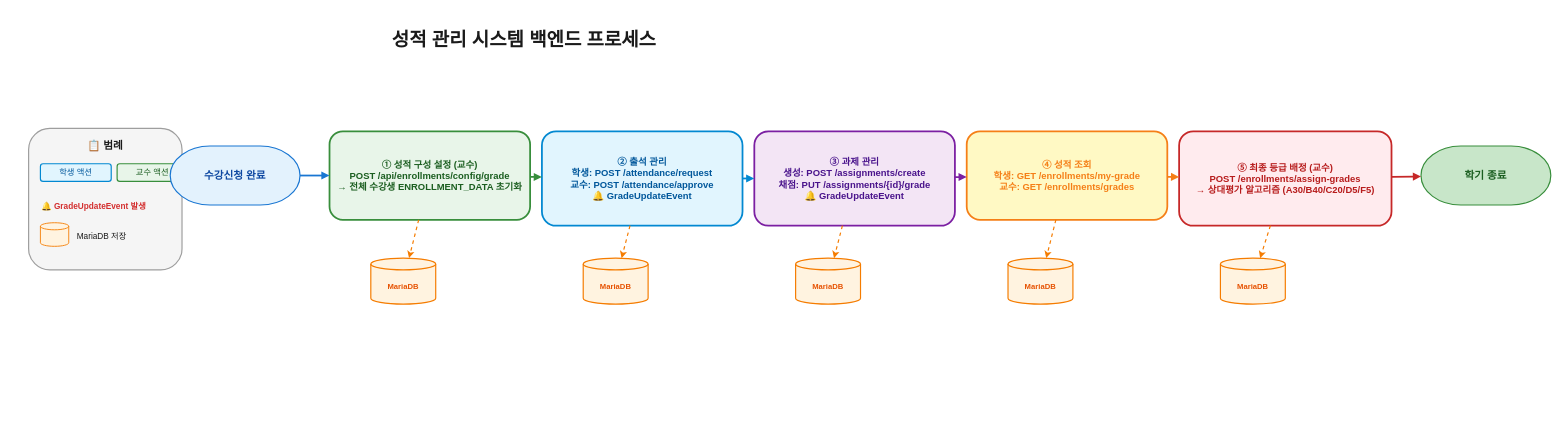
hooting76/blue-crab-lms keeps this draw.io diagram as backend/BlueCrab/docs/강의관련문서-신판/PPT용 다이어그램/성적 관리 시스템/다이어그램/01_전체_시스템_플로우.drawio. Above is the earlier version. Source tidied: cells renumbered, new cells numbered last; positions are measured from the earlier drawing's top-left corner, leaving out a move shared by most shapes. Both pictures are drawn from the tidied source at 59%, with x=0, y=0 at pixel (28, 22).
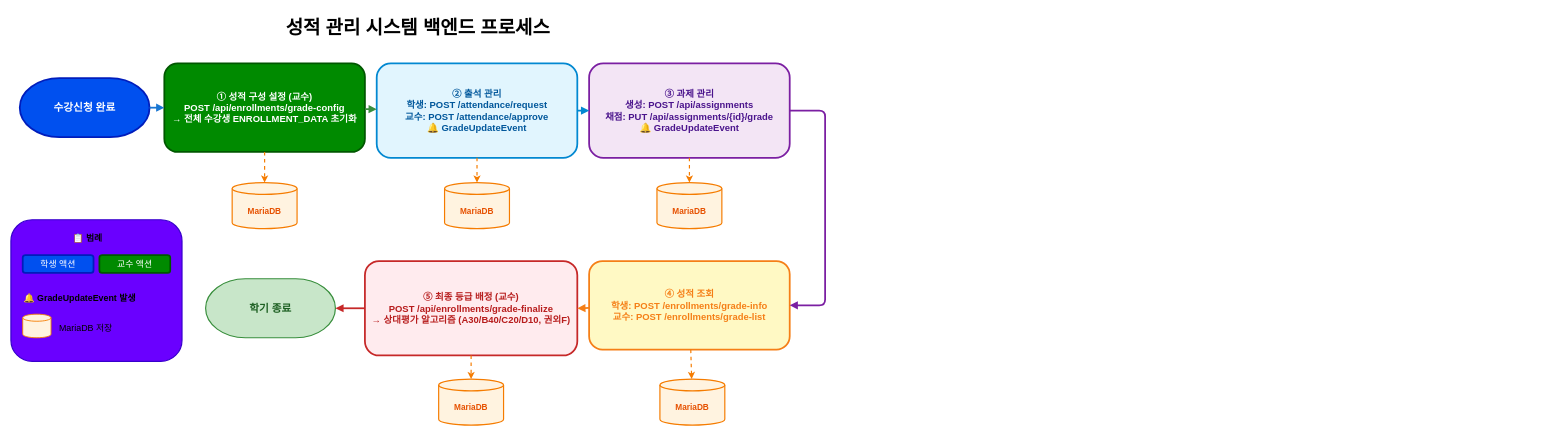
The same diagram, later.

Commit message (it also covers changes not shown here):
다이어그램 수정중

Diff of the diagram source:
```diff
@@
-<mxGraphModel background="#FFFFFF">
+<mxGraphModel background="light-dark(#FFFFFF,#FFFFFF)">
@@
-    <mxCell id="2" value="성적 관리 시스템 백엔드 프로세스" style="text;html=1;strokeColor=none;fillColor=none;align=center;verticalAlign=middle;whiteSpace=wrap;rounded=0;fontSize=32;fontStyle=1;fontColor=#1A1A1A;" parent="1" vertex="1">
-      <mxGeometry x="500" width="680" height="60" as="geometry" />
+    <mxCell id="2" value="성적 관리 시스템 백엔드 프로세스" style="text;html=1;strokeColor=none;fillColor=none;align=center;verticalAlign=middle;whiteSpace=wrap;rounded=0;fontSize=32;fontStyle=1;fontColor=light-dark(#000000,#000000);" parent="1" vertex="1">
+      <mxGeometry x="320" y="-20" width="680" height="60" as="geometry" />
     </mxCell>
-    <mxCell id="3" style="rounded=1;whiteSpace=wrap;html=1;fillColor=#F5F5F5;strokeColor=#9E9E9E;strokeWidth=2;verticalAlign=top;shadow=0;" parent="1" vertex="1">
-      <mxGeometry y="180" width="260" height="240" as="geometry" />
+    <mxCell id="3" style="rounded=1;whiteSpace=wrap;html=1;fillColor=#6a00ff;strokeColor=#3700CC;strokeWidth=2;verticalAlign=top;shadow=0;fontColor=#ffffff;fontSize=15;" parent="1" vertex="1">
+      <mxGeometry x="-30" y="335" width="290" height="240" as="geometry" />
     </mxCell>
-    <mxCell id="4" value="📋 범례" style="text;html=1;strokeColor=none;fillColor=none;align=center;verticalAlign=middle;whiteSpace=wrap;rounded=0;fontSize=18;fontStyle=1;fontColor=#1A1A1A;" parent="1" vertex="1">
-      <mxGeometry x="60" y="195" width="140" height="30" as="geometry" />
+    <mxCell id="4" value="📋 범례" style="text;html=1;strokeColor=none;fillColor=none;align=center;verticalAlign=middle;whiteSpace=wrap;rounded=0;fontSize=15;fontStyle=1;fontColor=light-dark(#000000,#000000);" parent="1" vertex="1">
+      <mxGeometry x="30" y="350" width="140" height="30" as="geometry" />
     </mxCell>
-    <mxCell id="5" value="학생 액션" style="rounded=1;whiteSpace=wrap;html=1;fillColor=#E1F5FE;strokeColor=#0288D1;strokeWidth=2;fontColor=#01579B;fontSize=14;" parent="1" vertex="1">
-      <mxGeometry x="20" y="240" width="120" height="30" as="geometry" />
+    <mxCell id="5" value="학생 액션" style="rounded=1;whiteSpace=wrap;html=1;fillColor=#0050ef;strokeColor=#001DBC;strokeWidth=3;fontColor=#ffffff;fontSize=15;" parent="1" vertex="1">
+      <mxGeometry x="-10" y="395" width="120" height="30" as="geometry" />
     </mxCell>
-    <mxCell id="6" value="교수 액션" style="rounded=1;whiteSpace=wrap;html=1;fillColor=#E8F5E9;strokeColor=#388E3C;strokeWidth=2;fontColor=#1B5E20;fontSize=14;" parent="1" vertex="1">
-      <mxGeometry x="150" y="240" width="120" height="30" as="geometry" />
+    <mxCell id="6" value="교수 액션" style="rounded=1;whiteSpace=wrap;html=1;fillColor=#008a00;strokeColor=#005700;strokeWidth=3;fontColor=#ffffff;fontSize=15;" parent="1" vertex="1">
+      <mxGeometry x="120" y="395" width="120" height="30" as="geometry" />
     </mxCell>
-    <mxCell id="7" value="🔔 GradeUpdateEvent 발생" style="text;html=1;strokeColor=none;fillColor=none;align=left;verticalAlign=middle;whiteSpace=wrap;rounded=0;fontSize=14;fontColor=#D32F2F;fontStyle=1;" parent="1" vertex="1">
-      <mxGeometry x="20" y="298" width="210" height="30" as="geometry" />
+    <mxCell id="7" value="🔔 GradeUpdateEvent 발생" style="text;html=1;strokeColor=none;fillColor=none;align=left;verticalAlign=middle;whiteSpace=wrap;rounded=0;fontSize=15;fontColor=light-dark(#000000,#000000);fontStyle=1;" parent="1" vertex="1">
+      <mxGeometry x="-10" y="453" width="210" height="30" as="geometry" />
     </mxCell>
-    <mxCell id="8" style="shape=cylinder3;whiteSpace=wrap;html=1;boundedLbl=1;backgroundOutline=1;size=6;fillColor=#FFF3E0;strokeColor=#F57C00;strokeWidth=1.5;fontColor=#E65100;fontSize=12;fontStyle=1;" parent="1" vertex="1">
-      <mxGeometry x="20" y="340" width="48" height="40" as="geometry" />
+    <mxCell id="8" style="shape=cylinder3;whiteSpace=wrap;html=1;boundedLbl=1;backgroundOutline=1;size=6;fillColor=#FFF3E0;strokeColor=#F57C00;strokeWidth=1.5;fontColor=#E65100;fontSize=15;fontStyle=1;" parent="1" vertex="1">
+      <mxGeometry x="-10" y="495" width="48" height="40" as="geometry" />
     </mxCell>
-    <mxCell id="9" value="MariaDB 저장" style="text;html=1;strokeColor=none;fillColor=none;align=left;verticalAlign=middle;whiteSpace=wrap;rounded=0;fontSize=14;fontColor=#1A1A1A;" parent="1" vertex="1">
-      <mxGeometry x="80" y="348" width="150" height="30" as="geometry" />
+    <mxCell id="9" value="MariaDB 저장" style="text;html=1;strokeColor=none;fillColor=none;align=left;verticalAlign=middle;whiteSpace=wrap;rounded=0;fontSize=15;fontColor=light-dark(#000000,#000000);" parent="1" vertex="1">
+      <mxGeometry x="50" y="503" width="150" height="30" as="geometry" />
     </mxCell>
-    <mxCell id="10" value="수강신청 완료" style="strokeWidth=2;html=1;shape=mxgraph.flowchart.terminator;whiteSpace=wrap;fillColor=#E3F2FD;strokeColor=#1976D2;fontColor=#0D47A1;fontSize=18;fontStyle=1;" parent="1" vertex="1">
-      <mxGeometry x="240" y="210" width="220" height="100" as="geometry" />
+    <mxCell id="10" value="수강신청 완료" style="strokeWidth=3;html=1;shape=mxgraph.flowchart.terminator;whiteSpace=wrap;fillColor=#0050ef;strokeColor=#001DBC;fontColor=#ffffff;fontSize=18;fontStyle=1;" parent="1" vertex="1">
+      <mxGeometry x="-15" y="95" width="220" height="100" as="geometry" />
     </mxCell>
-    <mxCell id="11" value="① 성적 구성 설정 (교수)&#10;POST /api/enrollments/config/grade&#10;→ 전체 수강생 ENROLLMENT_DATA 초기화" style="rounded=1;whiteSpace=wrap;html=1;fillColor=#E8F5E9;strokeColor=#388E3C;strokeWidth=3;fontColor=#1B5E20;fontSize=16;fontStyle=1;" parent="1" vertex="1">
-      <mxGeometry x="510" y="185" width="340" height="150" as="geometry" />
+    <mxCell id="11" value="① 성적 구성 설정 (교수)&#10;POST /api/enrollments/grade-config&#10;→ 전체 수강생 ENROLLMENT_DATA 초기화" style="rounded=1;whiteSpace=wrap;html=1;fillColor=#008a00;strokeColor=#005700;strokeWidth=3;fontColor=#ffffff;fontSize=16;fontStyle=1;" parent="1" vertex="1">
+      <mxGeometry x="230" y="70" width="340" height="150" as="geometry" />
     </mxCell>
     <mxCell id="12" value="② 출석 관리&#10;학생: POST /attendance/request&#10;교수: POST /attendance/approve&#10;🔔 GradeUpdateEvent" style="rounded=1;whiteSpace=wrap;html=1;fillColor=#E1F5FE;strokeColor=#0288D1;strokeWidth=3;fontColor=#01579B;fontSize=16;fontStyle=1;" parent="1" vertex="1">
-      <mxGeometry x="870" y="185" width="340" height="160" as="geometry" />
+      <mxGeometry x="590" y="70" width="340" height="160" as="geometry" />
     </mxCell>
-    <mxCell id="13" value="③ 과제 관리&#10;생성: POST /assignments/create&#10;채점: PUT /assignments/{id}/grade&#10;🔔 GradeUpdateEvent" style="rounded=1;whiteSpace=wrap;html=1;fillColor=#F3E5F5;strokeColor=#7B1FA2;strokeWidth=3;fontColor=#4A148C;fontSize=16;fontStyle=1;" parent="1" vertex="1">
-      <mxGeometry x="1230" y="185" width="340" height="160" as="geometry" />
+    <mxCell id="13" value="③ 과제 관리&#10;생성: POST /api/assignments&#10;채점: PUT /api/assignments/{id}/grade&#10;🔔 GradeUpdateEvent" style="rounded=1;whiteSpace=wrap;html=1;fillColor=#F3E5F5;strokeColor=#7B1FA2;strokeWidth=3;fontColor=#4A148C;fontSize=16;fontStyle=1;" parent="1" vertex="1">
+      <mxGeometry x="950" y="70" width="340" height="160" as="geometry" />
     </mxCell>
-    <mxCell id="14" value="④ 성적 조회&#10;학생: GET /enrollments/my-grade&#10;교수: GET /enrollments/grades" style="rounded=1;whiteSpace=wrap;html=1;fillColor=#FFF9C4;strokeColor=#F57F17;strokeWidth=3;fontColor=#F57F17;fontSize=16;fontStyle=1;" parent="1" vertex="1">
-      <mxGeometry x="1590" y="185" width="340" height="150" as="geometry" />
+    <mxCell id="14" value="④ 성적 조회&#10;학생: POST /enrollments/grade-info&#10;교수: POST /enrollments/grade-list" style="rounded=1;whiteSpace=wrap;html=1;fillColor=#FFF9C4;strokeColor=#F57F17;strokeWidth=3;fontColor=#F57F17;fontSize=16;fontStyle=1;" parent="1" vertex="1">
+      <mxGeometry x="950" y="405" width="340" height="150" as="geometry" />
     </mxCell>
-    <mxCell id="15" value="⑤ 최종 등급 배정 (교수)&#10;POST /enrollments/assign-grades&#10;→ 상대평가 알고리즘 (A30/B40/C20/D5/F5)" style="rounded=1;whiteSpace=wrap;html=1;fillColor=#FFEBEE;strokeColor=#C62828;strokeWidth=3;fontColor=#B71C1C;fontSize=16;fontStyle=1;" parent="1" vertex="1">
-      <mxGeometry x="1950" y="185" width="360" height="160" as="geometry" />
+    <mxCell id="15" value="⑤ 최종 등급 배정 (교수)&#10;POST /api/enrollments/grade-finalize&#10;→ 상대평가 알고리즘 (A30/B40/C20/D10, 권외F)" style="rounded=1;whiteSpace=wrap;html=1;fillColor=#FFEBEE;strokeColor=#C62828;strokeWidth=3;fontColor=#B71C1C;fontSize=16;fontStyle=1;" parent="1" vertex="1">
+      <mxGeometry x="570" y="405" width="360" height="160" as="geometry" />
     </mxCell>
     <mxCell id="16" value="학기 종료" style="strokeWidth=2;html=1;shape=mxgraph.flowchart.terminator;whiteSpace=wrap;fillColor=#C8E6C9;strokeColor=#388E3C;fontColor=#1B5E20;fontSize=18;fontStyle=1;" parent="1" vertex="1">
-      <mxGeometry x="2360" y="210" width="220" height="100" as="geometry" />
+      <mxGeometry x="300" y="435" width="220" height="100" as="geometry" />
     </mxCell>
@@
-    <mxCell id="20" style="endArrow=block;html=1;strokeWidth=3;strokeColor=#7B1FA2;strokeLinecap=round;" parent="1" edge="1" source="13" target="14">
-      <mxGeometry relative="1" as="geometry" />
+    <mxCell id="20" style="endArrow=block;html=1;strokeWidth=3;strokeColor=#7B1FA2;strokeLinecap=round;edgeStyle=orthogonalEdgeStyle;" parent="1" edge="1" source="13" target="14">
+      <mxGeometry relative="1" as="geometry">
+        <Array as="points">
+          <mxPoint x="1350" y="150" />
+          <mxPoint x="1350" y="480" />
+        </Array>
+      </mxGeometry>
     </mxCell>
-    <mxCell id="21" style="endArrow=block;html=1;strokeWidth=3;strokeColor=#F57F17;strokeLinecap=round;" parent="1" edge="1" source="14" target="15">
+    <mxCell id="21" style="endArrow=block;html=1;strokeWidth=3;strokeColor=#F57F17;strokeLinecap=round;entryX=1;entryY=0.5;entryDx=0;entryDy=0;" parent="1" edge="1" source="14" target="15">
       <mxGeometry relative="1" as="geometry" />
     </mxCell>
-    <mxCell id="22" style="endArrow=block;html=1;strokeWidth=3;strokeColor=#C62828;strokeLinecap=round;" parent="1" edge="1" source="15" target="16">
+    <mxCell id="22" style="endArrow=block;html=1;strokeWidth=3;strokeColor=#C62828;strokeLinecap=round;exitX=0;exitY=0.5;exitDx=0;exitDy=0;" parent="1" edge="1" source="15" target="16">
       <mxGeometry relative="1" as="geometry" />
     </mxCell>
-    <mxCell id="23" value="MariaDB" style="shape=cylinder3;whiteSpace=wrap;html=1;boundedLbl=1;backgroundOutline=1;size=10;fillColor=#FFF3E0;strokeColor=#F57C00;strokeWidth=2;fontColor=#E65100;fontSize=13;fontStyle=1;" parent="1" vertex="1">
-      <mxGeometry x="580" y="400" width="110" height="78" as="geometry" />
+    <mxCell id="23" value="MariaDB" style="shape=cylinder3;whiteSpace=wrap;html=1;boundedLbl=1;backgroundOutline=1;size=10;fillColor=#FFF3E0;strokeColor=#F57C00;strokeWidth=2;fontColor=#E65100;fontSize=14;fontStyle=1;" parent="1" vertex="1">
+      <mxGeometry x="345" y="272" width="110" height="78" as="geometry" />
     </mxCell>
-    <mxCell id="24" value="MariaDB" style="shape=cylinder3;whiteSpace=wrap;html=1;boundedLbl=1;backgroundOutline=1;size=10;fillColor=#FFF3E0;strokeColor=#F57C00;strokeWidth=2;fontColor=#E65100;fontSize=13;fontStyle=1;" parent="1" vertex="1">
-      <mxGeometry x="940" y="400" width="110" height="78" as="geometry" />
+    <mxCell id="24" value="MariaDB" style="shape=cylinder3;whiteSpace=wrap;html=1;boundedLbl=1;backgroundOutline=1;size=10;fillColor=#FFF3E0;strokeColor=#F57C00;strokeWidth=2;fontColor=#E65100;fontSize=14;fontStyle=1;" parent="1" vertex="1">
+      <mxGeometry x="705" y="272" width="110" height="78" as="geometry" />
     </mxCell>
-    <mxCell id="25" value="MariaDB" style="shape=cylinder3;whiteSpace=wrap;html=1;boundedLbl=1;backgroundOutline=1;size=10;fillColor=#FFF3E0;strokeColor=#F57C00;strokeWidth=2;fontColor=#E65100;fontSize=13;fontStyle=1;" parent="1" vertex="1">
-      <mxGeometry x="1300" y="400" width="110" height="78" as="geometry" />
+    <mxCell id="25" value="MariaDB" style="shape=cylinder3;whiteSpace=wrap;html=1;boundedLbl=1;backgroundOutline=1;size=10;fillColor=#FFF3E0;strokeColor=#F57C00;strokeWidth=2;fontColor=#E65100;fontSize=14;fontStyle=1;" parent="1" vertex="1">
+      <mxGeometry x="1065" y="272" width="110" height="78" as="geometry" />
     </mxCell>
-    <mxCell id="26" value="MariaDB" style="shape=cylinder3;whiteSpace=wrap;html=1;boundedLbl=1;backgroundOutline=1;size=10;fillColor=#FFF3E0;strokeColor=#F57C00;strokeWidth=2;fontColor=#E65100;fontSize=13;fontStyle=1;" parent="1" vertex="1">
-      <mxGeometry x="1660" y="400" width="110" height="78" as="geometry" />
+    <mxCell id="26" value="MariaDB" style="shape=cylinder3;whiteSpace=wrap;html=1;boundedLbl=1;backgroundOutline=1;size=10;fillColor=#FFF3E0;strokeColor=#F57C00;strokeWidth=2;fontColor=#E65100;fontSize=14;fontStyle=1;" parent="1" vertex="1">
+      <mxGeometry x="1070" y="605" width="110" height="78" as="geometry" />
     </mxCell>
-    <mxCell id="27" value="MariaDB" style="shape=cylinder3;whiteSpace=wrap;html=1;boundedLbl=1;backgroundOutline=1;size=10;fillColor=#FFF3E0;strokeColor=#F57C00;strokeWidth=2;fontColor=#E65100;fontSize=13;fontStyle=1;" parent="1" vertex="1">
-      <mxGeometry x="2020" y="400" width="110" height="78" as="geometry" />
+    <mxCell id="27" value="MariaDB" style="shape=cylinder3;whiteSpace=wrap;html=1;boundedLbl=1;backgroundOutline=1;size=10;fillColor=#FFF3E0;strokeColor=#F57C00;strokeWidth=2;fontColor=#E65100;fontSize=14;fontStyle=1;" parent="1" vertex="1">
+      <mxGeometry x="695" y="605" width="110" height="78" as="geometry" />
     </mxCell>
```
